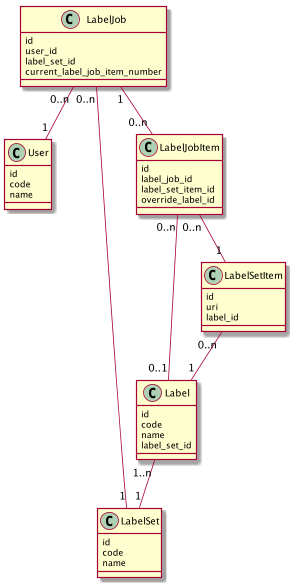
This is doc/plantuml/classes.png from BigNerd/dblit, a PlantUML export, as it was before one commit.
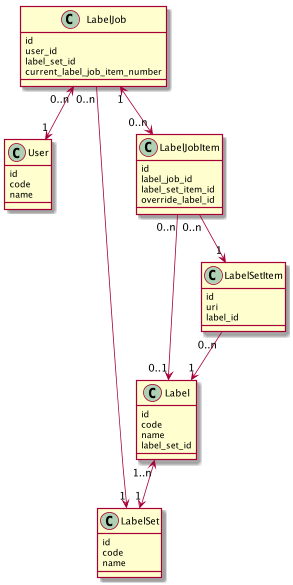
After the change.

Diff of the diagram source:
```diff
@@ -39,13 +39,13 @@
 override_label_id
 }
 
-Label "1..n" -- "1" LabelSet
-LabelJob "0..n" -- "1" LabelSet
-LabelJob "0..n" -- "1" User
-LabelJob "1" -- "0..n" LabelJobItem
-LabelJobItem "0..n" -- "1" LabelSetItem
+Label "1..n" <--> "1" LabelSet
+LabelJob "0..n" --> "1" LabelSet
+LabelJob "0..n" <--> "1" User
+LabelJob "1" <--> "0..n" LabelJobItem
+LabelJobItem "0..n" --> "1" LabelSetItem
 
-LabelSetItem "0..n" -- "1" Label
-LabelJobItem "0..n" -- "0..1" Label
+LabelSetItem "0..n" --> "1" Label
+LabelJobItem "0..n" --> "0..1" Label
 
 @enduml
```
